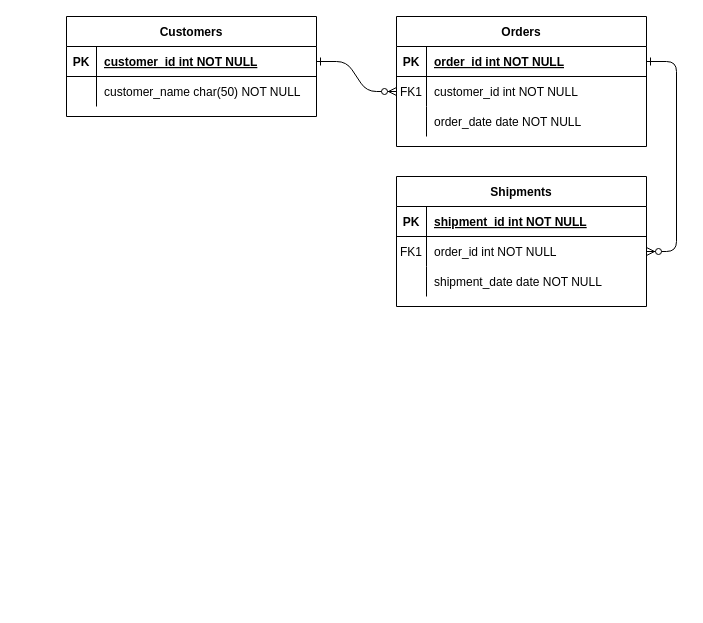
The draw.io diagram Untitled Diagram.drawio in Noorwahid717/lightone, before the edit. Source tidied: cells renumbered, new cells numbered last; positions are measured from the earlier drawing's top-left corner, leaving out a move shared by most shapes. Both pictures are drawn from the tidied source at 100%, with x=0, y=0 at pixel (66, 16).
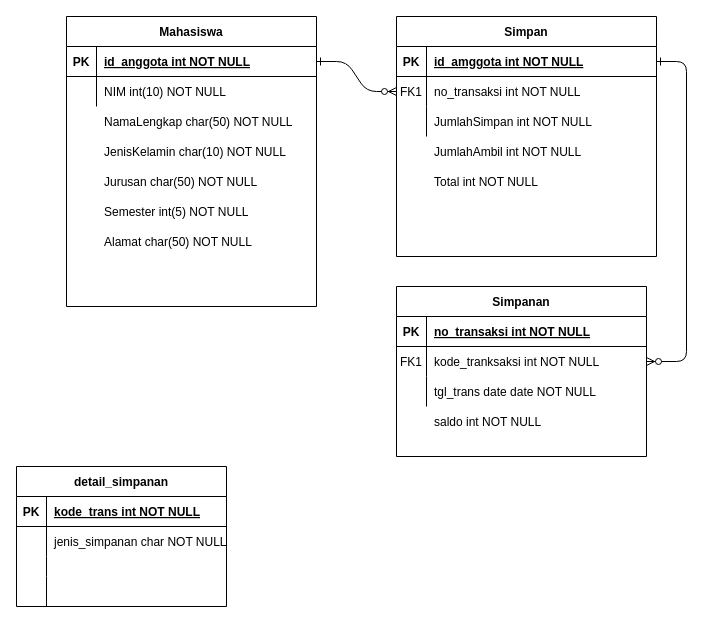
After the change.

Commit message:
Tabungan mahasiswa

The change refers to these unchanged cells:
```xml
<mxCell id="15" style="shape=partialRectangle;fillColor=none;top=0;left=0;right=0;bottom=1;" parent="14" vertex="1">
  <mxGeometry y="30" width="250" height="30" as="geometry" />
</mxCell>
<mxCell id="18" style="shape=partialRectangle;fillColor=none;points=[[0,0.5],[1,0.5]];portConstraint=eastwest;top=0;left=0;right=0;bottom=0;" parent="14" vertex="1">
  <mxGeometry y="60" width="250" height="30" as="geometry" />
</mxCell>
<mxCell id="21" style="shape=partialRectangle;fillColor=none;top=0;left=0;right=0;bottom=0;" parent="14" vertex="1">
  <mxGeometry y="90" width="250" height="30" as="geometry" />
</mxCell>
<mxCell id="25" style="shape=partialRectangle;fillColor=none;points=[[0,0.5],[1,0.5]];portConstraint=eastwest;top=0;left=0;right=0;bottom=1;" parent="24" vertex="1">
  <mxGeometry y="30" width="250" height="30" as="geometry" />
</mxCell>
<mxCell id="28" style="shape=partialRectangle;fillColor=none;top=0;left=0;right=0;bottom=0;" parent="24" vertex="1">
  <mxGeometry y="60" width="250" height="30" as="geometry" />
</mxCell>
```

Change to the diagram source:
```diff
@@
-    <mxCell id="4" value="Orders" style="shape=table;startSize=30;childLayout=tableLayout;rowLines=0;fontStyle=1;align=center;" parent="1" vertex="1">
-      <mxGeometry x="330" width="250" height="130" as="geometry" />
+    <mxCell id="4" value="Simpan" style="shape=table;startSize=30;childLayout=tableLayout;rowLines=0;fontStyle=1;align=center;" parent="1" vertex="1">
+      <mxGeometry x="330" width="260" height="240" as="geometry" />
     </mxCell>
     <mxCell id="5" style="shape=partialRectangle;fillColor=none;points=[[0,0.5],[1,0.5]];portConstraint=eastwest;top=0;left=0;right=0;bottom=1;" parent="4" vertex="1">
-      <mxGeometry y="30" width="250" height="30" as="geometry" />
+      <mxGeometry y="30" width="260" height="30" as="geometry" />
     </mxCell>
@@
-    <mxCell id="7" value="order_id int NOT NULL " style="shape=partialRectangle;overflow=hidden;fillColor=none;top=0;left=0;bottom=0;right=0;align=left;spacingLeft=6;fontStyle=5;" parent="5" vertex="1">
-      <mxGeometry x="30" width="220" height="30" as="geometry" />
+    <mxCell id="7" value="id_amggota int NOT NULL " style="shape=partialRectangle;overflow=hidden;fillColor=none;top=0;left=0;bottom=0;right=0;align=left;spacingLeft=6;fontStyle=5;" parent="5" vertex="1">
+      <mxGeometry x="30" width="230" height="30" as="geometry" />
     </mxCell>
     <mxCell id="8" style="shape=partialRectangle;fillColor=none;points=[[0,0.5],[1,0.5]];portConstraint=eastwest;top=0;left=0;right=0;bottom=0;" parent="4" vertex="1">
-      <mxGeometry y="60" width="250" height="30" as="geometry" />
+      <mxGeometry y="60" width="260" height="30" as="geometry" />
     </mxCell>
@@
-    <mxCell id="10" value="customer_id int NOT NULL" style="shape=partialRectangle;overflow=hidden;fillColor=none;top=0;left=0;bottom=0;right=0;align=left;spacingLeft=6;" parent="8" vertex="1">
-      <mxGeometry x="30" width="220" height="30" as="geometry" />
+    <mxCell id="10" value="no_transaksi int NOT NULL" style="shape=partialRectangle;overflow=hidden;fillColor=none;top=0;left=0;bottom=0;right=0;align=left;spacingLeft=6;" parent="8" vertex="1">
+      <mxGeometry x="30" width="230" height="30" as="geometry" />
     </mxCell>
     <mxCell id="11" style="shape=partialRectangle;fillColor=none;top=0;left=0;right=0;bottom=0;" parent="4" vertex="1">
-      <mxGeometry y="90" width="250" height="30" as="geometry" />
+      <mxGeometry y="90" width="260" height="30" as="geometry" />
     </mxCell>
@@
-    <mxCell id="13" value="order_date date NOT NULL" style="shape=partialRectangle;overflow=hidden;fillColor=none;top=0;left=0;bottom=0;right=0;align=left;spacingLeft=6;" parent="11" vertex="1">
-      <mxGeometry x="30" width="220" height="30" as="geometry" />
+    <mxCell id="13" value="JumlahSimpan int NOT NULL" style="shape=partialRectangle;overflow=hidden;fillColor=none;top=0;left=0;bottom=0;right=0;align=left;spacingLeft=6;" parent="11" vertex="1">
+      <mxGeometry x="30" width="230" height="30" as="geometry" />
     </mxCell>
-    <mxCell id="14" value="Shipments" style="shape=table;startSize=30;childLayout=tableLayout;rowLines=0;fontStyle=1;align=center;" parent="1" vertex="1">
-      <mxGeometry x="330" y="160" width="250" height="130" as="geometry" />
+    <mxCell id="14" value="Simpanan" style="shape=table;startSize=30;childLayout=tableLayout;rowLines=0;fontStyle=1;align=center;" parent="1" vertex="1">
+      <mxGeometry x="330" y="270" width="250" height="170" as="geometry" />
     </mxCell>
@@
-    <mxCell id="17" value="shipment_id int NOT NULL " style="shape=partialRectangle;overflow=hidden;fillColor=none;top=0;left=0;bottom=0;right=0;align=left;spacingLeft=6;fontStyle=5;" parent="15" vertex="1">
+    <mxCell id="17" value="no_transaksi int NOT NULL" style="shape=partialRectangle;overflow=hidden;fillColor=none;top=0;left=0;bottom=0;right=0;align=left;spacingLeft=6;fontStyle=5;" parent="15" vertex="1">
       <mxGeometry x="30" width="220" height="30" as="geometry" />
     </mxCell>
@@
-    <mxCell id="20" value="order_id int NOT NULL" style="shape=partialRectangle;overflow=hidden;fillColor=none;top=0;left=0;bottom=0;right=0;align=left;spacingLeft=6;" parent="18" vertex="1">
+    <mxCell id="20" value="kode_tranksaksi int NOT NULL" style="shape=partialRectangle;overflow=hidden;fillColor=none;top=0;left=0;bottom=0;right=0;align=left;spacingLeft=6;" parent="18" vertex="1">
       <mxGeometry x="30" width="220" height="30" as="geometry" />
     </mxCell>
@@
-    <mxCell id="23" value="shipment_date date NOT NULL" style="shape=partialRectangle;overflow=hidden;fillColor=none;top=0;left=0;bottom=0;right=0;align=left;spacingLeft=6;" parent="21" vertex="1">
+    <mxCell id="23" value="tgl_trans date date NOT NULL" style="shape=partialRectangle;overflow=hidden;fillColor=none;top=0;left=0;bottom=0;right=0;align=left;spacingLeft=6;" parent="21" vertex="1">
       <mxGeometry x="30" width="220" height="30" as="geometry" />
     </mxCell>
-    <mxCell id="24" value="Customers" style="shape=table;startSize=30;childLayout=tableLayout;rowLines=0;fontStyle=1;align=center;" parent="1" vertex="1">
-      <mxGeometry width="250" height="100" as="geometry" />
+    <mxCell id="24" value="Mahasiswa" style="shape=table;startSize=30;childLayout=tableLayout;rowLines=0;fontStyle=1;align=center;" parent="1" vertex="1">
+      <mxGeometry width="250" height="290" as="geometry" />
     </mxCell>
@@
-    <mxCell id="27" value="customer_id int NOT NULL " style="shape=partialRectangle;overflow=hidden;fillColor=none;top=0;left=0;bottom=0;right=0;align=left;spacingLeft=6;fontStyle=5;" parent="25" vertex="1">
+    <mxCell id="27" value="id_anggota int NOT NULL " style="shape=partialRectangle;overflow=hidden;fillColor=none;top=0;left=0;bottom=0;right=0;align=left;spacingLeft=6;fontStyle=5;" parent="25" vertex="1">
       <mxGeometry x="30" width="220" height="30" as="geometry" />
     </mxCell>
@@
-    <mxCell id="30" value="customer_name char(50) NOT NULL" style="shape=partialRectangle;overflow=hidden;fillColor=none;top=0;left=0;bottom=0;right=0;align=left;spacingLeft=6;" parent="28" vertex="1">
+    <mxCell id="30" value="NIM int(10) NOT NULL" style="shape=partialRectangle;overflow=hidden;fillColor=none;top=0;left=0;bottom=0;right=0;align=left;spacingLeft=6;" parent="28" vertex="1">
       <mxGeometry x="30" width="220" height="30" as="geometry" />
     </mxCell>
+    <mxCell id="31" value="NamaLengkap char(50) NOT NULL" style="shape=partialRectangle;overflow=hidden;fillColor=none;top=0;left=0;bottom=0;right=0;align=left;spacingLeft=6;" parent="1" vertex="1">
+      <mxGeometry x="30" y="90" width="220" height="30" as="geometry" />
+    </mxCell>
+    <mxCell id="32" value="JenisKelamin char(10) NOT NULL" style="shape=partialRectangle;overflow=hidden;fillColor=none;top=0;left=0;bottom=0;right=0;align=left;spacingLeft=6;" parent="1" vertex="1">
+      <mxGeometry x="30" y="120" width="220" height="30" as="geometry" />
+    </mxCell>
+    <mxCell id="33" value="Jurusan char(50) NOT NULL" style="shape=partialRectangle;overflow=hidden;fillColor=none;top=0;left=0;bottom=0;right=0;align=left;spacingLeft=6;" parent="1" vertex="1">
+      <mxGeometry x="30" y="150" width="220" height="30" as="geometry" />
+    </mxCell>
+    <mxCell id="34" value="Semester int(5) NOT NULL" style="shape=partialRectangle;overflow=hidden;fillColor=none;top=0;left=0;bottom=0;right=0;align=left;spacingLeft=6;" parent="1" vertex="1">
+      <mxGeometry x="30" y="180" width="220" height="30" as="geometry" />
+    </mxCell>
+    <mxCell id="35" value="Alamat char(50) NOT NULL" style="shape=partialRectangle;overflow=hidden;fillColor=none;top=0;left=0;bottom=0;right=0;align=left;spacingLeft=6;" parent="1" vertex="1">
+      <mxGeometry x="30" y="210" width="220" height="30" as="geometry" />
+    </mxCell>
+    <mxCell id="36" value="JumlahAmbil int NOT NULL" style="shape=partialRectangle;overflow=hidden;fillColor=none;top=0;left=0;bottom=0;right=0;align=left;spacingLeft=6;" parent="1" vertex="1">
+      <mxGeometry x="360" y="120" width="230" height="30" as="geometry" />
+    </mxCell>
+    <mxCell id="37" value="Total int NOT NULL" style="shape=partialRectangle;overflow=hidden;fillColor=none;top=0;left=0;bottom=0;right=0;align=left;spacingLeft=6;" parent="1" vertex="1">
+      <mxGeometry x="360" y="150" width="230" height="30" as="geometry" />
+    </mxCell>
+    <mxCell id="38" style="shape=partialRectangle;fillColor=none;top=0;left=0;right=0;bottom=0;" parent="1" vertex="1">
+      <mxGeometry x="330" y="390" width="250" height="30" as="geometry" />
+    </mxCell>
+    <mxCell id="39" style="shape=partialRectangle;overflow=hidden;fillColor=none;top=0;left=0;bottom=0;right=0;" parent="38" vertex="1">
+      <mxGeometry width="30" height="30" as="geometry" />
+    </mxCell>
+    <mxCell id="40" value="saldo int NOT NULL" style="shape=partialRectangle;overflow=hidden;fillColor=none;top=0;left=0;bottom=0;right=0;align=left;spacingLeft=6;" parent="38" vertex="1">
+      <mxGeometry x="30" width="220" height="30" as="geometry" />
+    </mxCell>
+    <mxCell id="41" value="detail_simpanan" style="shape=table;startSize=30;childLayout=tableLayout;rowLines=0;fontStyle=1;align=center;" parent="1" vertex="1">
+      <mxGeometry x="-50" y="450" width="210" height="140" as="geometry" />
+    </mxCell>
+    <mxCell id="42" style="shape=partialRectangle;fillColor=none;top=0;left=0;bottom=1;right=0;" parent="41" vertex="1">
+      <mxGeometry y="30" width="210" height="30" as="geometry" />
+    </mxCell>
+    <mxCell id="43" value="PK" style="shape=partialRectangle;fillColor=none;top=0;left=0;bottom=0;right=0;fontStyle=1;overflow=hidden;" parent="42" vertex="1">
+      <mxGeometry width="30" height="30" as="geometry" />
+    </mxCell>
+    <mxCell id="44" value="kode_trans int NOT NULL" style="shape=partialRectangle;fillColor=none;top=0;left=0;bottom=0;right=0;align=left;spacingLeft=6;fontStyle=5;overflow=hidden;" parent="42" vertex="1">
+      <mxGeometry x="30" width="180" height="30" as="geometry" />
+    </mxCell>
+    <mxCell id="45" style="shape=partialRectangle;fillColor=none;top=0;left=0;bottom=0;right=0;" parent="41" vertex="1">
+      <mxGeometry y="60" width="210" height="30" as="geometry" />
+    </mxCell>
+    <mxCell id="46" style="shape=partialRectangle;fillColor=none;top=0;left=0;bottom=0;right=0;overflow=hidden;" parent="45" vertex="1">
+      <mxGeometry width="30" height="30" as="geometry" />
+    </mxCell>
+    <mxCell id="47" value="jenis_simpanan char NOT NULL" style="shape=partialRectangle;fillColor=none;top=0;left=0;bottom=0;right=0;align=left;spacingLeft=6;overflow=hidden;" parent="45" vertex="1">
+      <mxGeometry x="30" width="180" height="30" as="geometry" />
+    </mxCell>
+    <mxCell id="48" style="shape=partialRectangle;fillColor=none;top=0;left=0;bottom=0;right=0;" parent="41" vertex="1">
+      <mxGeometry y="90" width="210" height="20" as="geometry" />
+    </mxCell>
+    <mxCell id="49" style="shape=partialRectangle;fillColor=none;top=0;left=0;bottom=0;right=0;overflow=hidden;" parent="48" vertex="1">
+      <mxGeometry width="30" height="20" as="geometry" />
+    </mxCell>
+    <mxCell id="50" style="shape=partialRectangle;fillColor=none;top=0;left=0;bottom=0;right=0;align=left;spacingLeft=6;overflow=hidden;" parent="48" vertex="1">
+      <mxGeometry x="30" width="180" height="20" as="geometry" />
+    </mxCell>
+    <mxCell id="51" style="shape=partialRectangle;fillColor=none;top=0;left=0;bottom=0;right=0;" parent="41" vertex="1">
+      <mxGeometry y="110" width="210" height="30" as="geometry" />
+    </mxCell>
+    <mxCell id="52" style="shape=partialRectangle;fillColor=none;top=0;left=0;bottom=0;right=0;overflow=hidden;" parent="51" vertex="1">
+      <mxGeometry width="30" height="30" as="geometry" />
+    </mxCell>
+    <mxCell id="53" style="shape=partialRectangle;fillColor=none;top=0;left=0;bottom=0;right=0;align=left;spacingLeft=6;overflow=hidden;" parent="51" vertex="1">
+      <mxGeometry x="30" width="180" height="30" as="geometry" />
+    </mxCell>
```
